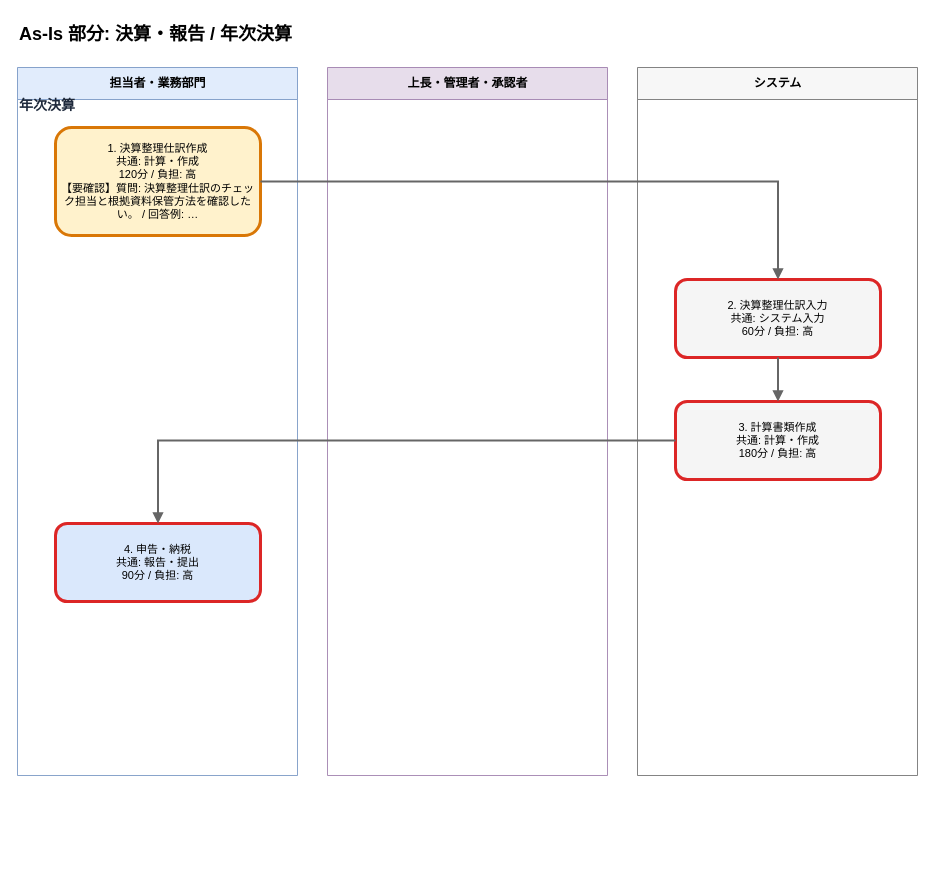
Above: output/flows/asis_決算_報告__年次決算_20260608.drawio in Toshiki811/ai-business-analysis-heatmap (draw.io), before the change. Source tidied: cells renumbered, new cells numbered last; positions are measured from the earlier drawing's top-left corner, leaving out a move shared by most shapes. Both pictures are drawn from the tidied source at 100%, with x=0, y=0 at pixel (17, 17).
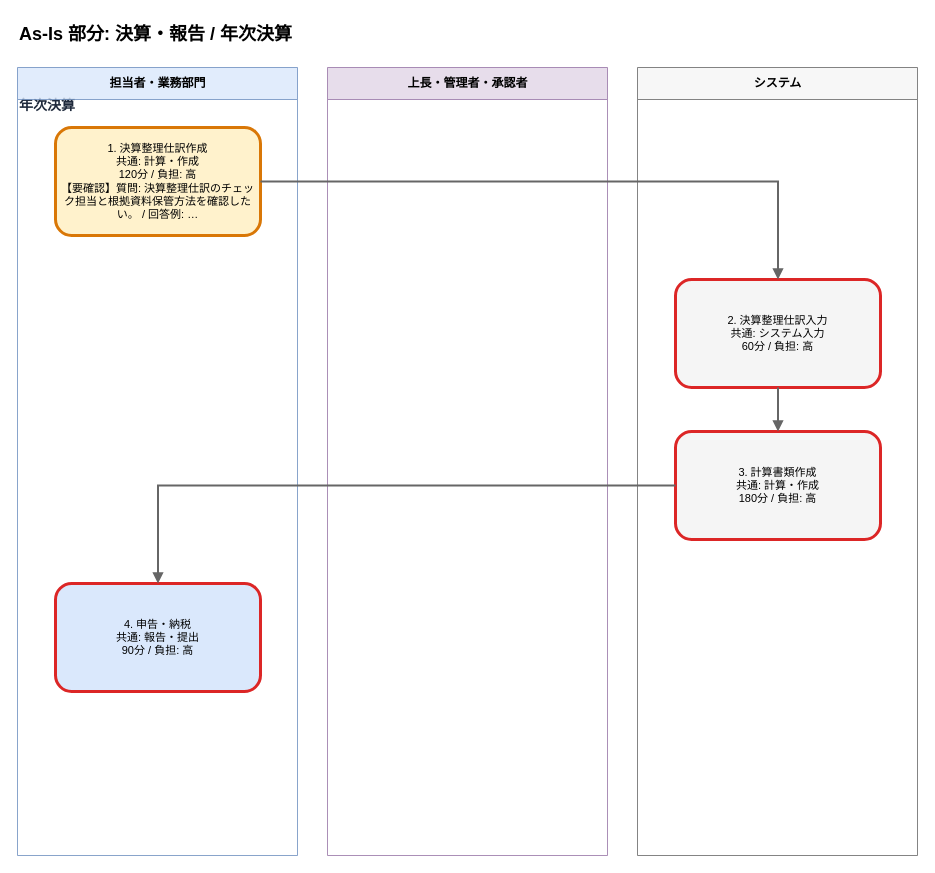
After the change.

Change to the diagram source:
```diff
@@
 <mxGraphModel>
   <root>
     <mxCell id="0" />
     <mxCell id="1" parent="0" />
+    <mxCell id="6" value="年次決算" style="text;html=1;strokeColor=none;fillColor=none;align=left;verticalAlign=middle;whiteSpace=wrap;fontSize=14;fontStyle=1;fontColor=#1e293b;" parent="1" vertex="1">
+      <mxGeometry y="76" width="860" height="24" as="geometry" />
+    </mxCell>
     <mxCell id="2" value="As-Is 部分: 決算・報告 / 年次決算" style="text;html=1;strokeColor=none;fillColor=none;align=left;fontSize=18;fontStyle=1;" parent="1" vertex="1">
       <mxGeometry width="880" height="30" as="geometry" />
     </mxCell>
     <mxCell id="3" value="担当者・業務部門" style="swimlane;horizontal=1;startSize=32;html=1;fillColor=#dae8fc;strokeColor=#6c8ebf;fontSize=12;fontStyle=1;opacity=80;" parent="1" vertex="1">
-      <mxGeometry y="50" width="280" height="708" as="geometry" />
+      <mxGeometry y="50" width="280" height="788" as="geometry" />
     </mxCell>
     <mxCell id="4" value="上長・管理者・承認者" style="swimlane;horizontal=1;startSize=32;html=1;fillColor=#e1d5e7;strokeColor=#9673a6;fontSize=12;fontStyle=1;opacity=80;" parent="1" vertex="1">
-      <mxGeometry x="310" y="50" width="280" height="708" as="geometry" />
+      <mxGeometry x="310" y="50" width="280" height="788" as="geometry" />
     </mxCell>
     <mxCell id="5" value="システム" style="swimlane;horizontal=1;startSize=32;html=1;fillColor=#f5f5f5;strokeColor=#666666;fontSize=12;fontStyle=1;opacity=80;" parent="1" vertex="1">
-      <mxGeometry x="620" y="50" width="280" height="708" as="geometry" />
+      <mxGeometry x="620" y="50" width="280" height="788" as="geometry" />
     </mxCell>
-    <mxCell id="6" value="年次決算" style="text;html=1;strokeColor=none;fillColor=none;align=left;verticalAlign=middle;whiteSpace=wrap;fontSize=14;fontStyle=1;fontColor=#1e293b;" parent="1" vertex="1">
-      <mxGeometry y="76" width="860" height="24" as="geometry" />
-    </mxCell>
     <mxCell id="7" value="1. 決算整理仕訳作成&#10;共通: 計算・作成&#10;120分 / 負担: 高&#10;【要確認】質問: 決算整理仕訳のチェック担当と根拠資料保管方法を確認したい。 / 回答例: …" style="rounded=1;whiteSpace=wrap;html=1;fillColor=#fff2cc;strokeColor=#d97706;strokeWidth=3;fontSize=11;fontColor=#000000;" parent="1" vertex="1">
       <mxGeometry x="38" y="110" width="205" height="108" as="geometry" />
     </mxCell>
     <mxCell id="8" value="2. 決算整理仕訳入力&#10;共通: システム入力&#10;60分 / 負担: 高" style="rounded=1;whiteSpace=wrap;html=1;fillColor=#f5f5f5;strokeColor=#dc2626;strokeWidth=3;fontSize=11;fontColor=#000000;" parent="1" vertex="1">
-      <mxGeometry x="658" y="262" width="205" height="78" as="geometry" />
+      <mxGeometry x="658" y="262" width="205" height="108" as="geometry" />
     </mxCell>
+    <mxCell id="10" value="3. 計算書類作成&#10;共通: 計算・作成&#10;180分 / 負担: 高" style="rounded=1;whiteSpace=wrap;html=1;fillColor=#f5f5f5;strokeColor=#dc2626;strokeWidth=3;fontSize=11;fontColor=#000000;" parent="1" vertex="1">
+      <mxGeometry x="658" y="414" width="205" height="108" as="geometry" />
+    </mxCell>
+    <mxCell id="12" value="4. 申告・納税&#10;共通: 報告・提出&#10;90分 / 負担: 高" style="rounded=1;whiteSpace=wrap;html=1;fillColor=#dae8fc;strokeColor=#dc2626;strokeWidth=3;fontSize=11;fontColor=#000000;" parent="1" vertex="1">
+      <mxGeometry x="38" y="566" width="205" height="108" as="geometry" />
+    </mxCell>
-    <mxCell id="9" style="edgeStyle=orthogonalEdgeStyle;rounded=0;html=1;strokeColor=#666666;strokeWidth=2;endArrow=block;endFill=1;" parent="1" edge="1" source="7" target="8">
+    <mxCell id="9" style="edgeStyle=orthogonalEdgeStyle;rounded=0;html=1;strokeColor=#666666;strokeWidth=2;endArrow=block;endFill=1;fontSize=11;fontColor=#1f2937;" parent="1" edge="1" source="7" target="8">
       <mxGeometry relative="1" as="geometry" />
     </mxCell>
-    <mxCell id="10" value="3. 計算書類作成&#10;共通: 計算・作成&#10;180分 / 負担: 高" style="rounded=1;whiteSpace=wrap;html=1;fillColor=#f5f5f5;strokeColor=#dc2626;strokeWidth=3;fontSize=11;fontColor=#000000;" parent="1" vertex="1">
-      <mxGeometry x="658" y="384" width="205" height="78" as="geometry" />
-    </mxCell>
-    <mxCell id="11" style="edgeStyle=orthogonalEdgeStyle;rounded=0;html=1;strokeColor=#666666;strokeWidth=2;endArrow=block;endFill=1;" parent="1" edge="1" source="8" target="10">
+    <mxCell id="11" style="edgeStyle=orthogonalEdgeStyle;rounded=0;html=1;strokeColor=#666666;strokeWidth=2;endArrow=block;endFill=1;fontSize=11;fontColor=#1f2937;" parent="1" edge="1" source="8" target="10">
       <mxGeometry relative="1" as="geometry" />
     </mxCell>
-    <mxCell id="12" value="4. 申告・納税&#10;共通: 報告・提出&#10;90分 / 負担: 高" style="rounded=1;whiteSpace=wrap;html=1;fillColor=#dae8fc;strokeColor=#dc2626;strokeWidth=3;fontSize=11;fontColor=#000000;" parent="1" vertex="1">
-      <mxGeometry x="38" y="506" width="205" height="78" as="geometry" />
-    </mxCell>
-    <mxCell id="13" style="edgeStyle=orthogonalEdgeStyle;rounded=0;html=1;strokeColor=#666666;strokeWidth=2;endArrow=block;endFill=1;" parent="1" edge="1" source="10" target="12">
+    <mxCell id="13" style="edgeStyle=orthogonalEdgeStyle;rounded=0;html=1;strokeColor=#666666;strokeWidth=2;endArrow=block;endFill=1;fontSize=11;fontColor=#1f2937;" parent="1" edge="1" source="10" target="12">
       <mxGeometry relative="1" as="geometry" />
     </mxCell>
   </root>
 </mxGraphModel>
```
